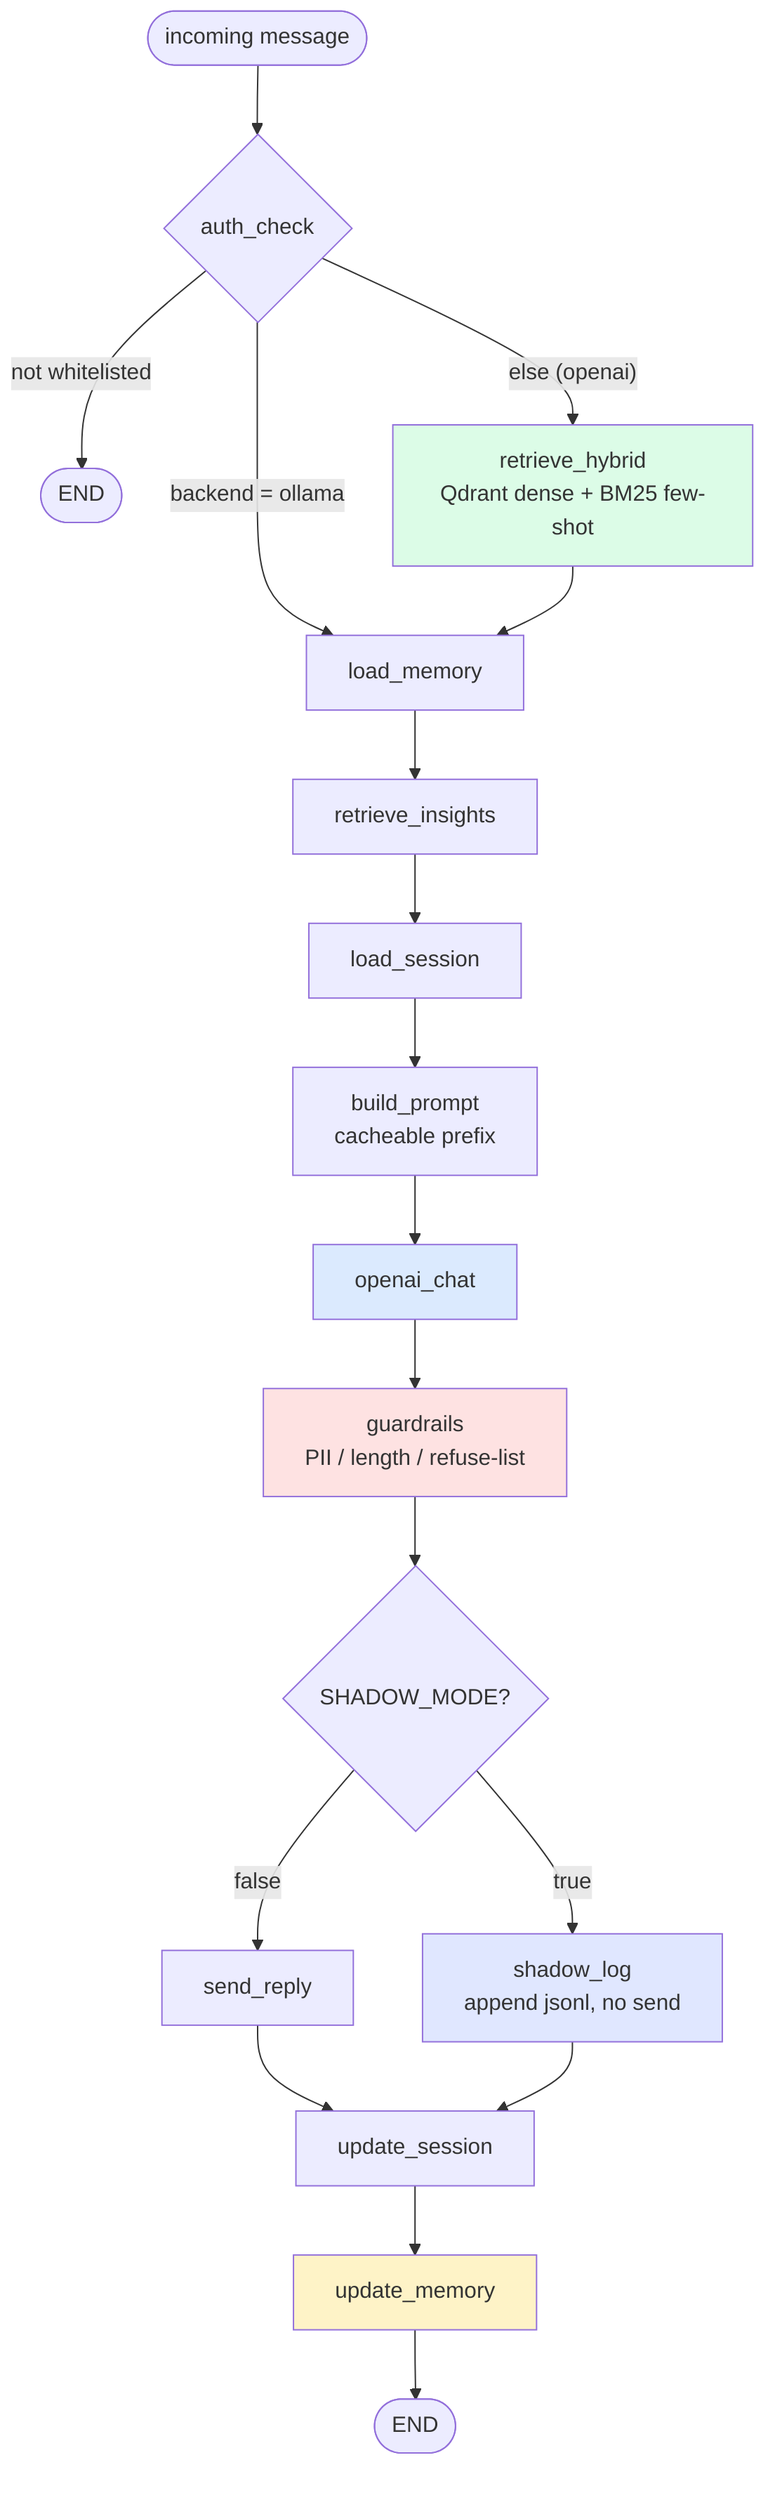
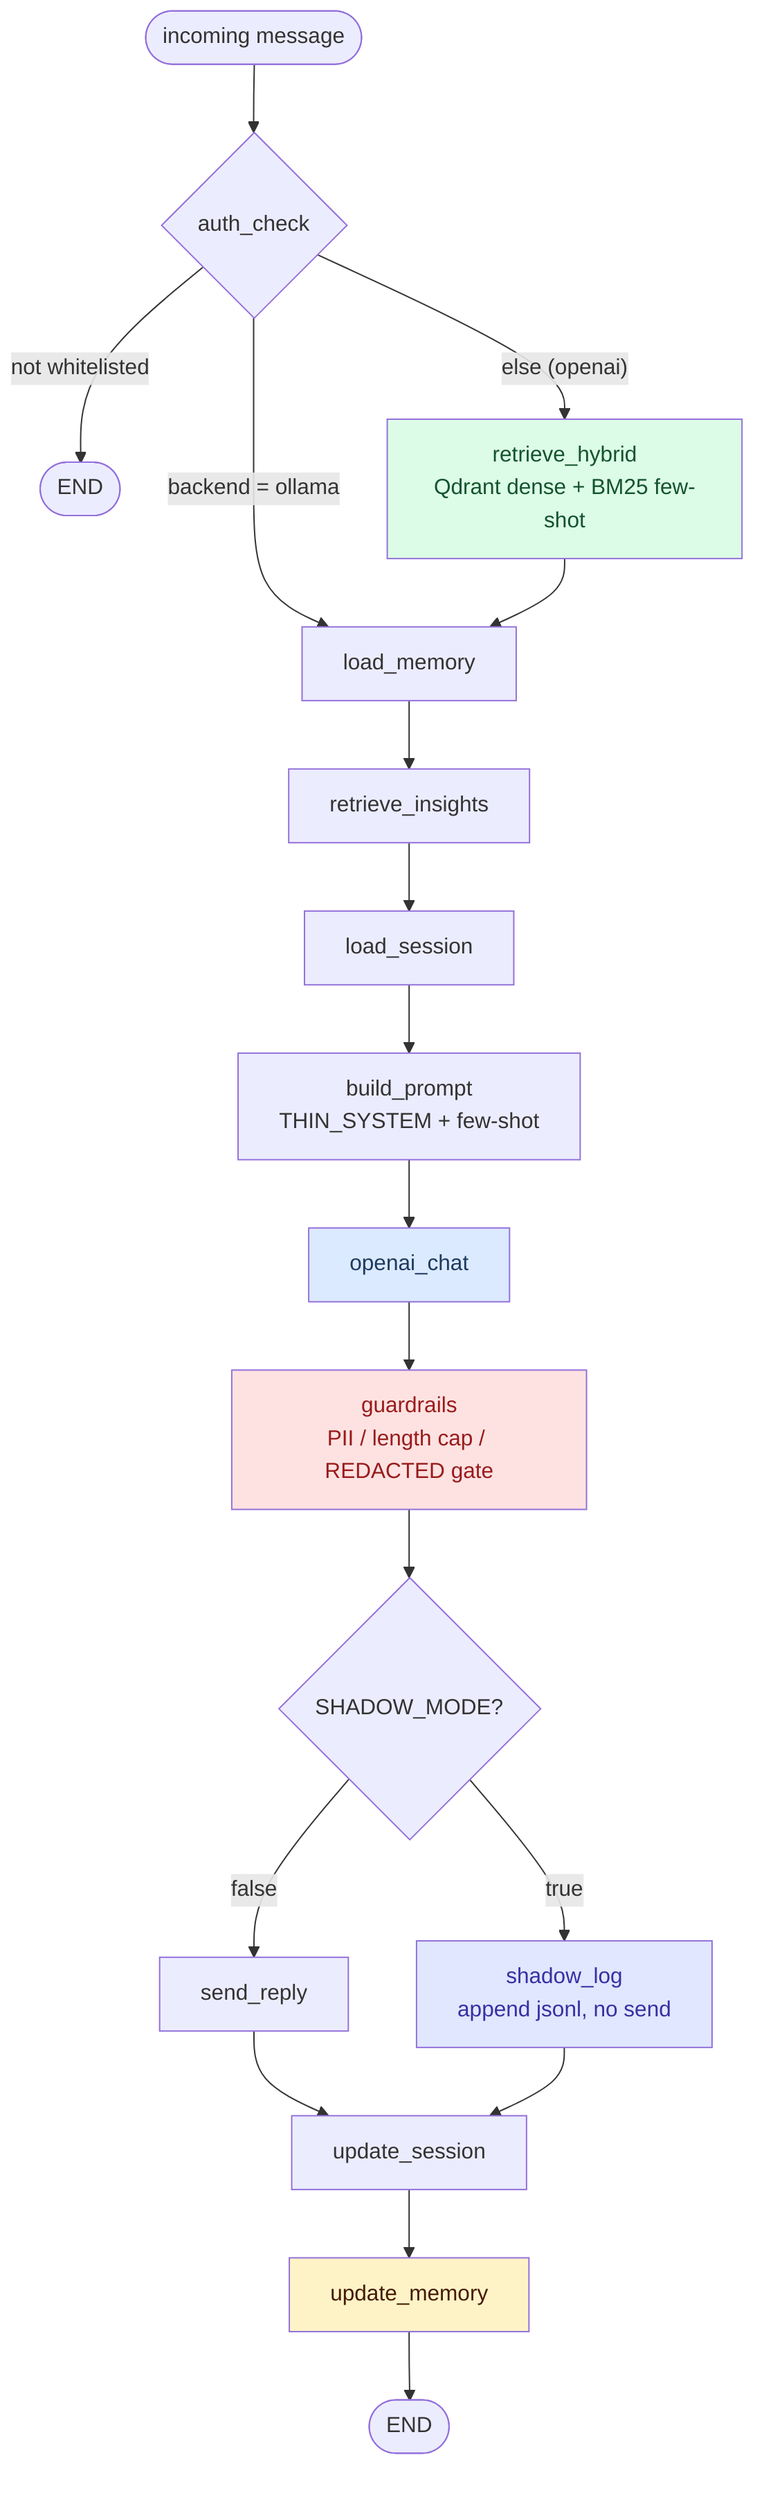
%% C4 Level 3 - Component: per-message request pipeline (persona_rag/graph/compile.py)
%% 12 nodes in compile order + 2 conditional branch points (_route_after_auth, _route_after_guardrails)
flowchart TD
    Start([incoming message]) --> AuthCheck{auth_check}

    %% _route_after_auth: unauthorized -> END; ollama -> load_memory (skip retrieve_hybrid); else -> retrieve_hybrid
    AuthCheck -- "not whitelisted" --> EndUnauth([END])
    AuthCheck -- "backend = ollama" --> LoadMem[load_memory]
    AuthCheck -- "else (openai)" --> RetrieveHybrid[retrieve_hybrid<br/>Qdrant dense + BM25 few-shot]

    RetrieveHybrid --> LoadMem
    LoadMem --> RetrieveInsights[retrieve_insights]
    RetrieveInsights --> LoadSession[load_session]
-     LoadSession --> BuildPrompt[build_prompt<br/>cacheable prefix]
+     LoadSession --> BuildPrompt[build_prompt<br/>THIN_SYSTEM + few-shot]
    BuildPrompt --> OpenAIChat[openai_chat]
-     OpenAIChat --> Guardrails[guardrails<br/>PII / length / refuse-list]
+     OpenAIChat --> Guardrails[guardrails<br/>PII / length cap / REDACTED gate]

    %% _route_after_guardrails: SHADOW_MODE -> shadow_log; else -> send_reply
    Guardrails --> ShadowFork{SHADOW_MODE?}
    ShadowFork -- "true" --> ShadowLog[shadow_log<br/>append jsonl, no send]
    ShadowFork -- "false" --> SendReply[send_reply]

    SendReply --> UpdateSession[update_session]
    ShadowLog --> UpdateSession
    UpdateSession --> UpdateMemory[update_memory]
    UpdateMemory --> EndNormal([END])

-     style OpenAIChat fill:#dbeafe
-     style Guardrails fill:#fee2e2
-     style ShadowLog fill:#e0e7ff
-     style RetrieveHybrid fill:#dcfce7
-     style UpdateMemory fill:#fef3c7
+     style OpenAIChat fill:#dbeafe,color:#1e3a5f
+     style Guardrails fill:#fee2e2,color:#991b1b
+     style ShadowLog fill:#e0e7ff,color:#3730a3
+     style RetrieveHybrid fill:#dcfce7,color:#14532d
+     style UpdateMemory fill:#fef3c7,color:#451a03
